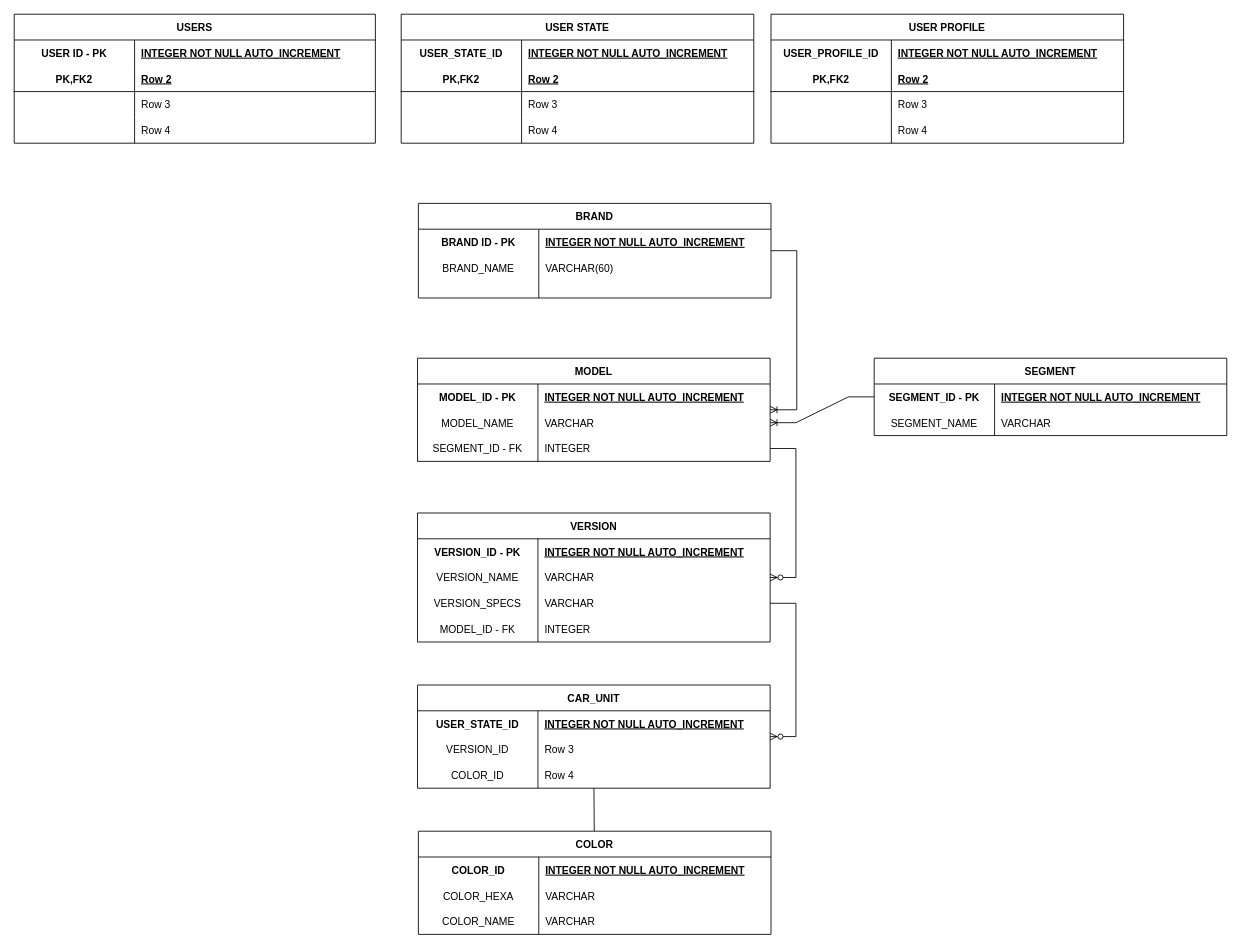
Before: Untitled Diagram.drawio in agustinvergara/car-app-backend, a draw.io diagram. Source tidied: cells renumbered, new cells numbered last; positions are measured from the earlier drawing's top-left corner, leaving out a move shared by most shapes. Both pictures are drawn from the tidied source at 86%, with x=0, y=0 at pixel (14, 14).
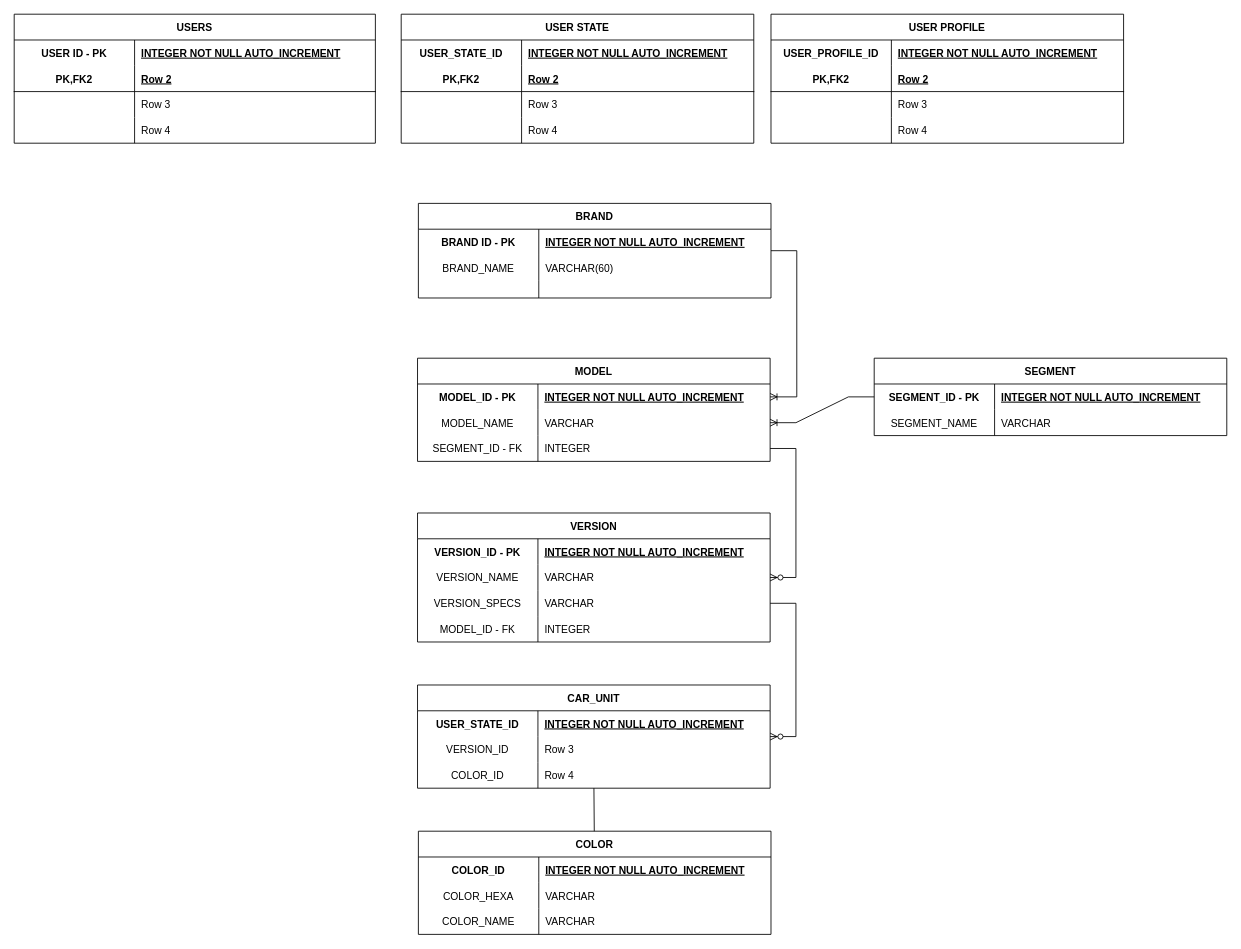
The same page after the edit.

The change refers to these unchanged cells:
```xml
<mxCell id="41" value="BRAND" style="shape=table;startSize=30;childLayout=tableLayout;rowLines=0;fontStyle=1;align=center;" parent="1" vertex="1">
  <mxGeometry x="470" y="220" width="410" height="110" as="geometry" />
</mxCell>
<mxCell id="58" value="MODEL" style="shape=table;startSize=30;childLayout=tableLayout;rowLines=0;fontStyle=1;align=center;" parent="1" vertex="1">
  <mxGeometry x="469" y="400" width="410" height="120" as="geometry" />
</mxCell>
<mxCell id="59" style="shape=tableRow;horizontal=0;startSize=0;swimlaneHead=0;swimlaneBody=0;fillColor=none;points=[[0,0.5],[1,0.5]];portConstraint=eastwest;top=0;left=0;right=0;bottom=0;" parent="58" vertex="1">
  <mxGeometry y="30" width="410" height="30" as="geometry" />
</mxCell>
```

The edit, as a diff of the source:
```diff
@@
-    <mxCell id="101" style="edgeStyle=entityRelationEdgeStyle;fontSize=12;html=1;endArrow=ERoneToMany;rounded=0;" parent="1" edge="1" source="41" target="58">
+    <mxCell id="101" style="edgeStyle=entityRelationEdgeStyle;fontSize=12;html=1;endArrow=ERoneToMany;rounded=0;entryX=1;entryY=0.5;entryDx=0;entryDy=0;" parent="1" edge="1" source="41" target="59">
       <mxGeometry relative="1" as="geometry" />
     </mxCell>
```
